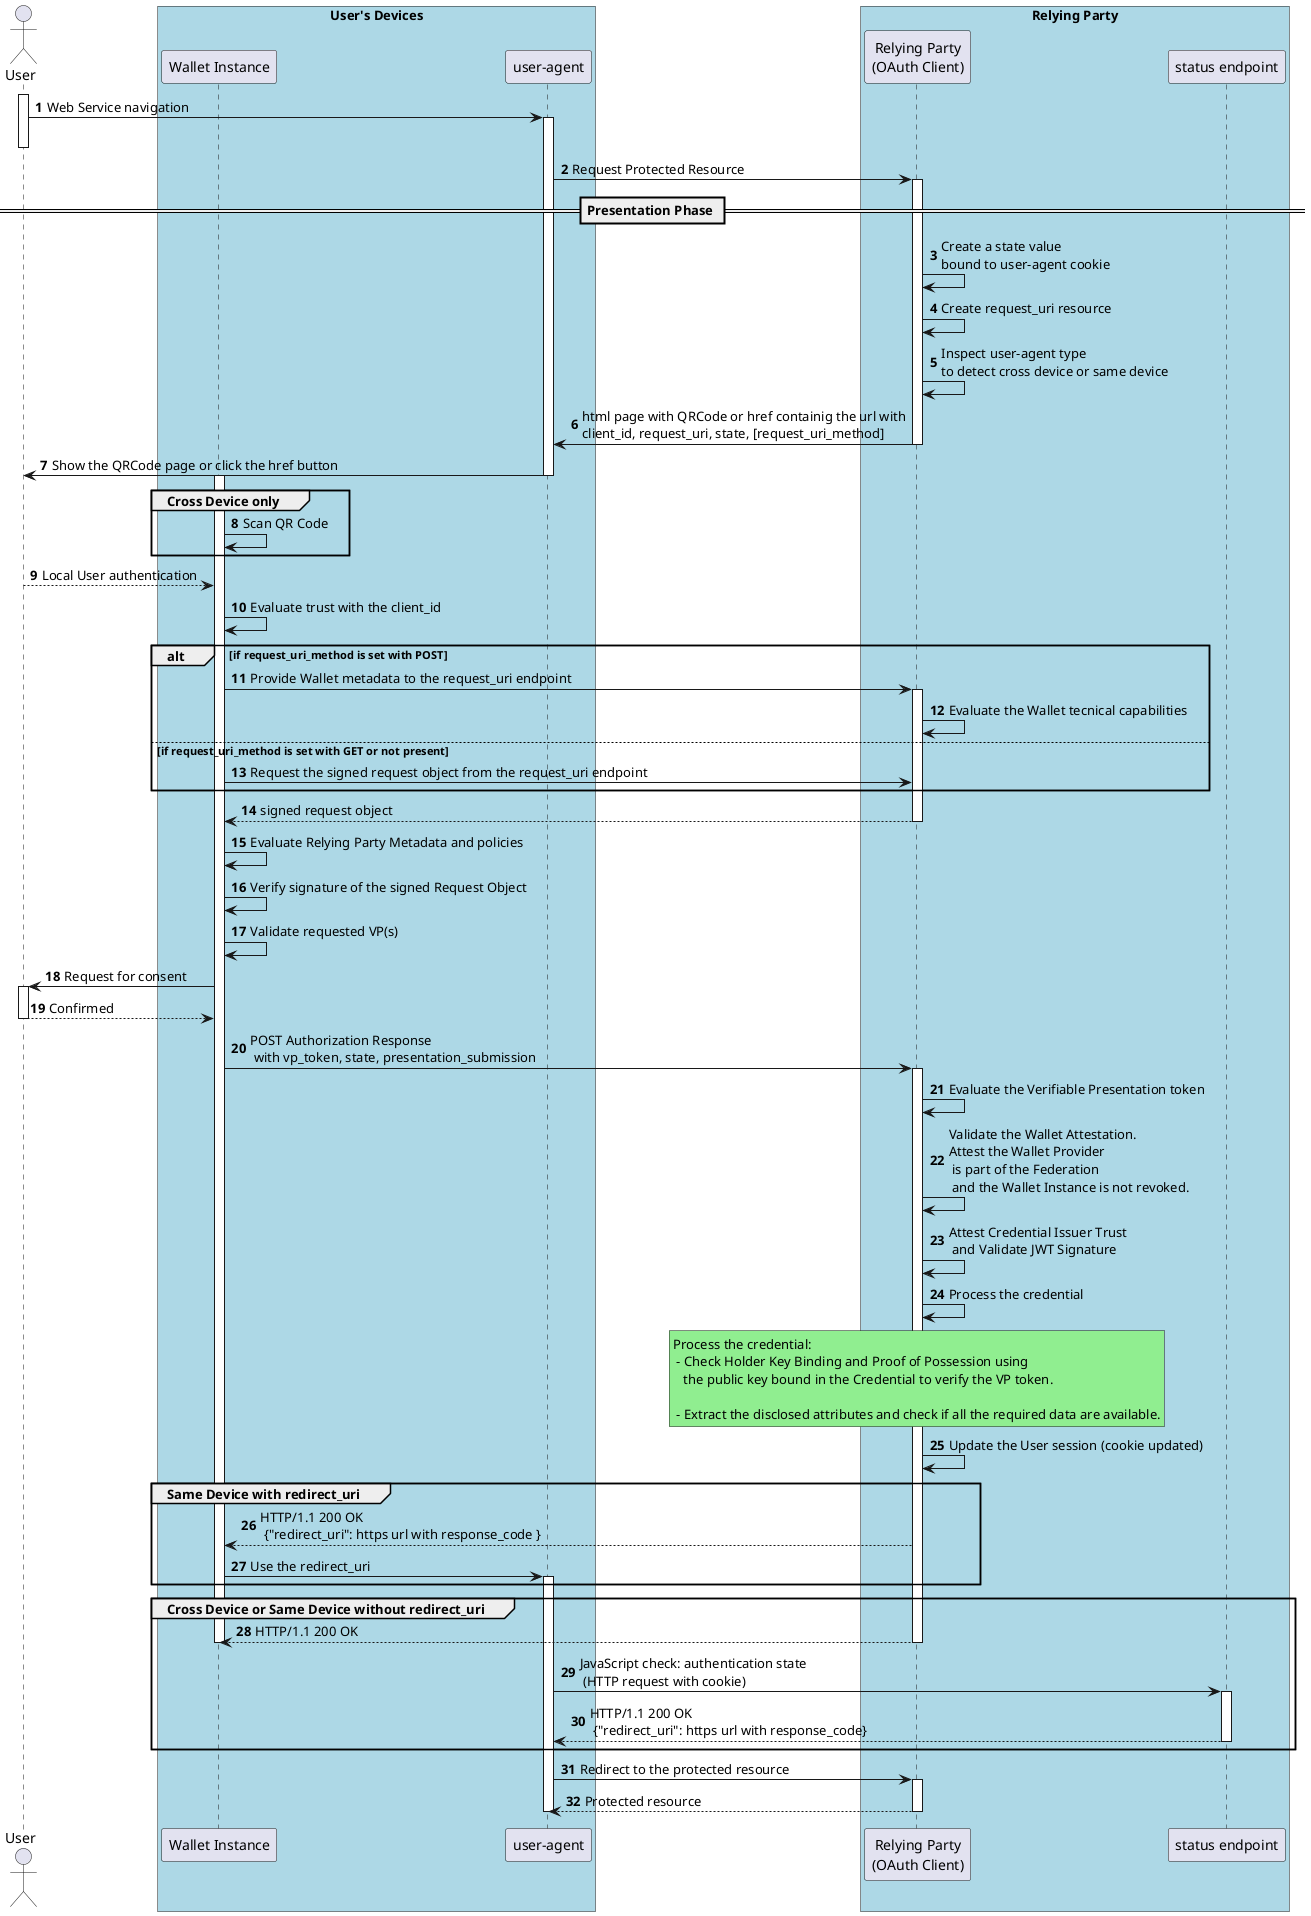
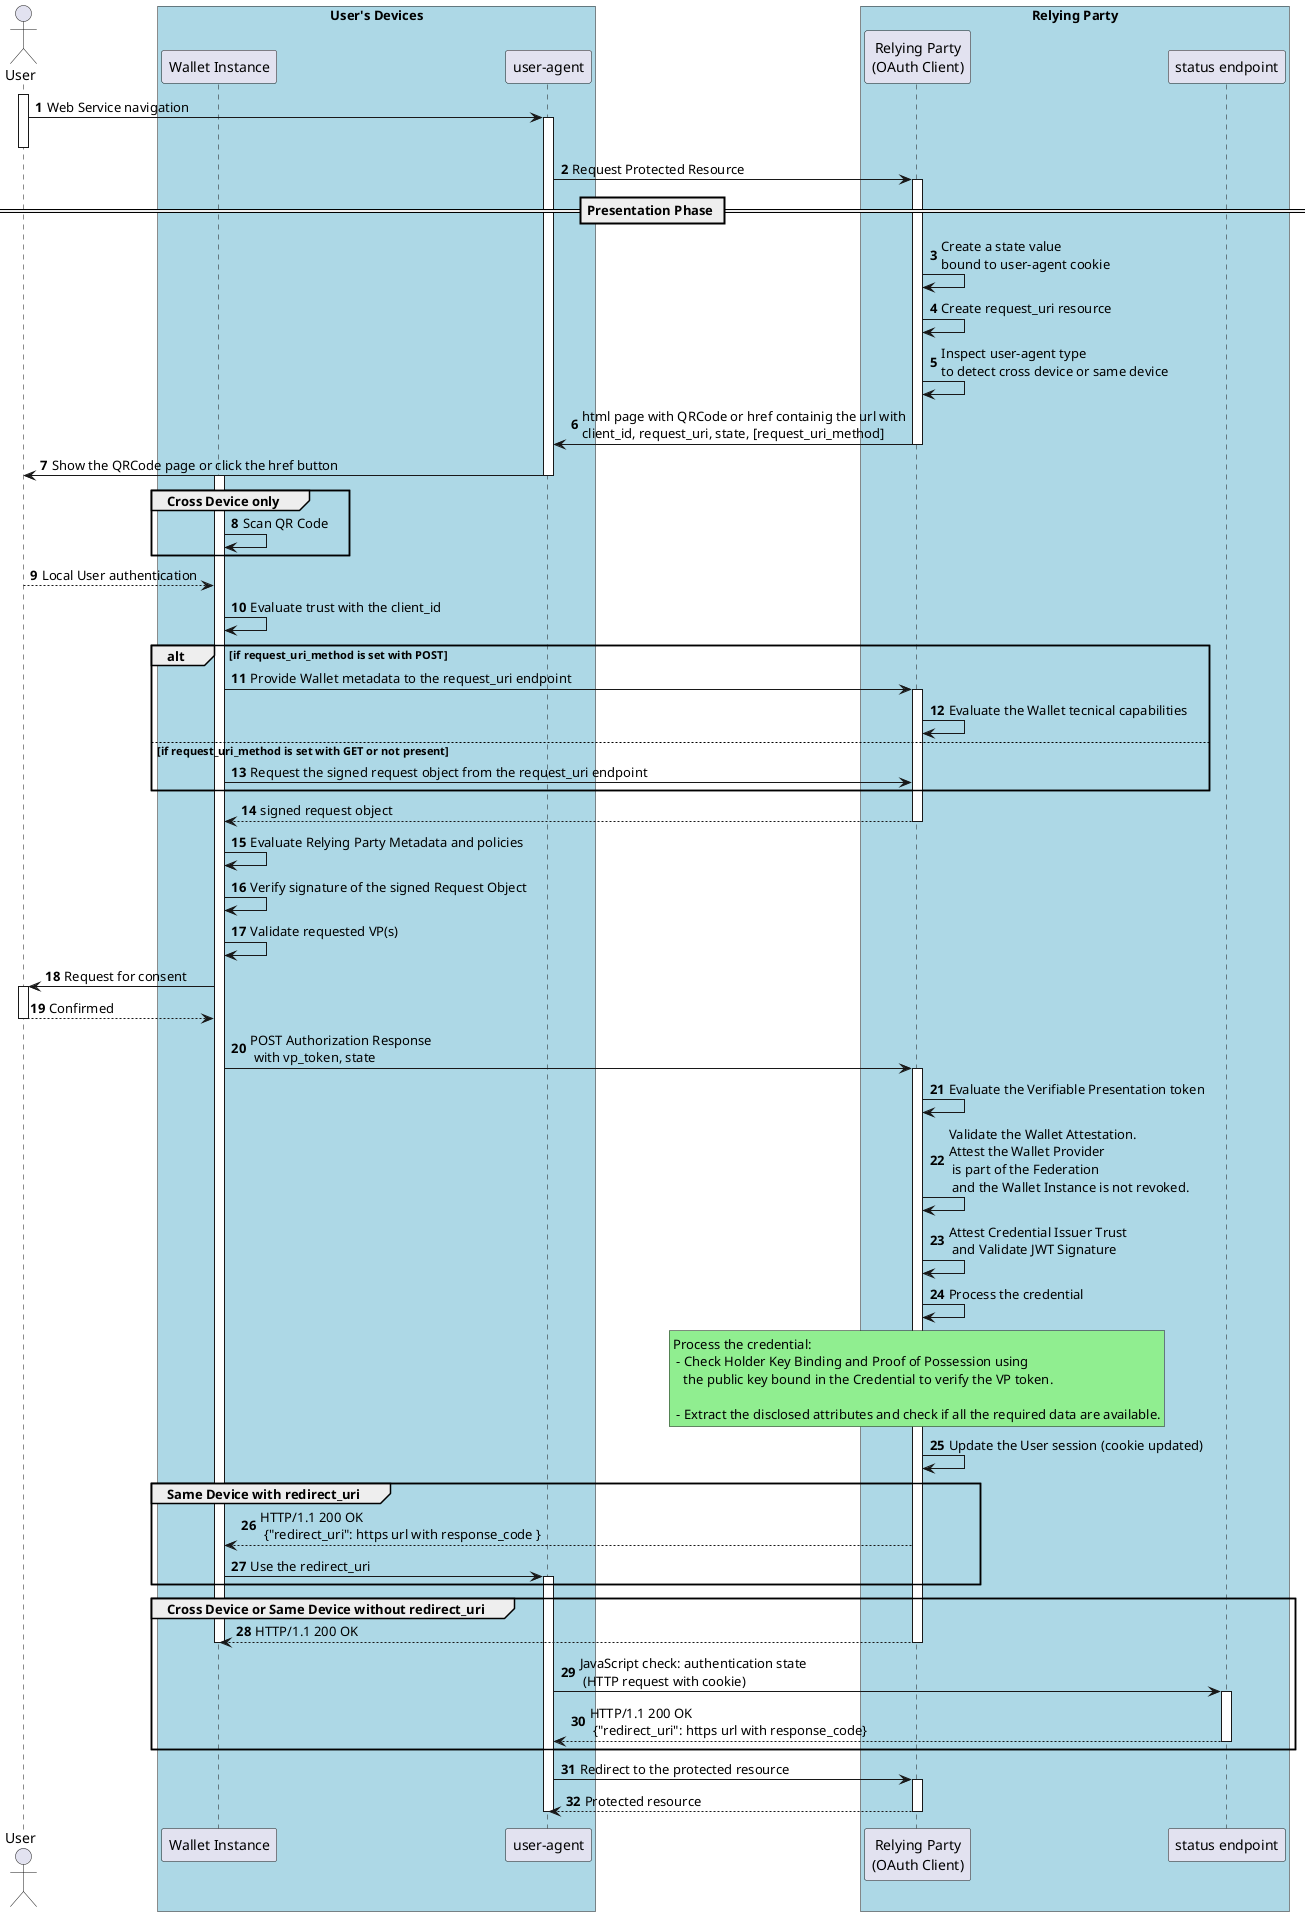
@startuml Low-Level Remote Protocol Flow
autonumber


Actor "User" as u

box "User's Devices" #LightBlue
participant "Wallet Instance" as w
participant "user-agent" as ua
end box

box "Relying Party" #LightBlue
participant "Relying Party\n(OAuth Client)" as ve
participant "status endpoint" as se
end box



activate u
u -> ua: Web Service navigation
activate ua
deactivate u
ua -> ve: Request Protected Resource

== Presentation Phase ==
activate ve
ve -> ve: Create a state value\nbound to user-agent cookie
ve -> ve: Create request_uri resource
ve -> ve: Inspect user-agent type\nto detect cross device or same device
ve -> ua: html page with QRCode or href containig the url with\nclient_id, request_uri, state, [request_uri_method]
deactivate ve


ua -> u: Show the QRCode page or click the href button
deactivate ua
activate w

group Cross Device only
w -> w: Scan QR Code
end

u --> w: Local User authentication

w -> w: Evaluate trust with the client_id

alt if request_uri_method is set with POST
    w -> ve: Provide Wallet metadata to the request_uri endpoint
    activate ve
    ve -> ve: Evaluate the Wallet tecnical capabilities
else if request_uri_method is set with GET or not present
   w -> ve: Request the signed request object from the request_uri endpoint
end

ve --> w: signed request object
deactivate ve


w -> w: Evaluate Relying Party Metadata and policies
w -> w: Verify signature of the signed Request Object
w -> w: Validate requested VP(s)
w -> u: Request for consent
activate u
u --> w: Confirmed
deactivate u
- w -> ve: POST Authorization Response \n with vp_token, state, presentation_submission
+ w -> ve: POST Authorization Response \n with vp_token, state
activate ve
ve -> ve: Evaluate the Verifiable Presentation token
ve -> ve: Validate the Wallet Attestation. \nAttest the Wallet Provider\n is part of the Federation\n and the Wallet Instance is not revoked.
ve -> ve: Attest Credential Issuer Trust\n and Validate JWT Signature
ve -> ve: Process the credential

rnote over ve #LIGHTGREEN
Process the credential:
 - Check Holder Key Binding and Proof of Possession using
   the public key bound in the Credential to verify the VP token.

 - Extract the disclosed attributes and check if all the required data are available.
endrnote

ve -> ve: Update the User session (cookie updated)


group Same Device with redirect_uri
ve --> w: HTTP/1.1 200 OK\n {"redirect_uri": https url with response_code }
w -> ua: Use the redirect_uri
activate ua
end

group Cross Device or Same Device without redirect_uri
ve --> w: HTTP/1.1 200 OK
deactivate w
deactivate ve
ua -> se:  JavaScript check: authentication state \n (HTTP request with cookie)
activate se
se --> ua: HTTP/1.1 200 OK\n {"redirect_uri": https url with response_code}

deactivate se

end


ua -> ve: Redirect to the protected resource
activate ve
ve --> ua: Protected resource

deactivate ua
deactivate ve
@enduml